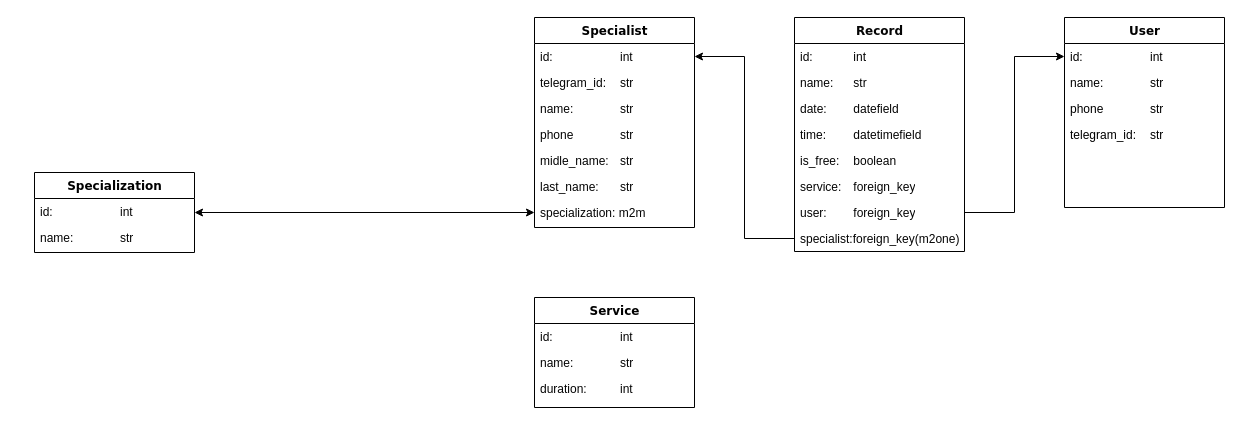
The draw.io diagram Models.drawio in number92/Records, before the edit. Source tidied: cells renumbered, new cells numbered last; positions are measured from the earlier drawing's top-left corner, leaving out a move shared by most shapes. Both pictures are drawn from the tidied source at 100%, with x=0, y=0 at pixel (34, 17).
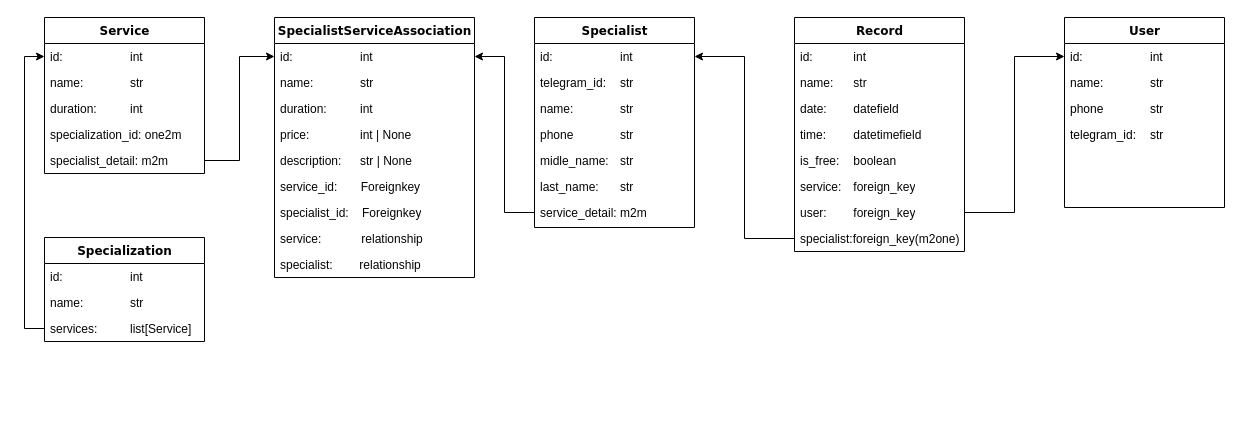
The same page after the edit.

The change refers to these unchanged cells:
```xml
<mxCell id="17" value="Specialist" style="swimlane;html=1;fontStyle=1;align=center;verticalAlign=top;horizontal=1;startSize=26;swimlaneFillColor=#ffffff;rounded=0;shadow=0;comic=0;labelBackgroundColor=none;strokeWidth=1;fillColor=none;fontFamily=Verdana;fontSize=12;" parent="1" vertex="1">
  <mxGeometry x="500" width="160" height="210" as="geometry" />
</mxCell>
<mxCell id="31" value="id:&lt;span style=&quot;white-space: pre;&quot;&gt;&#9;&lt;span style=&quot;white-space: pre;&quot;&gt;&#9;&lt;/span&gt;&lt;span style=&quot;white-space: pre;&quot;&gt;&#9;&lt;/span&gt;&lt;/span&gt;int" style="text;html=1;strokeColor=none;fillColor=none;align=left;verticalAlign=top;spacingLeft=4;spacingRight=4;whiteSpace=wrap;overflow=hidden;points=[[0,0.5],[1,0.5]];portConstraint=eastwest;fontColor=#050505;" parent="30" vertex="1">
  <mxGeometry y="26" width="160" height="26" as="geometry" />
</mxCell>
```

Diff of the diagram source:
```diff
@@
-    <mxCell id="24" value="specialization: m2m" style="text;html=1;strokeColor=none;fillColor=none;align=left;verticalAlign=top;spacingLeft=4;spacingRight=4;whiteSpace=wrap;overflow=hidden;points=[[0,0.5],[1,0.5]];portConstraint=eastwest;fontColor=#050505;" parent="17" vertex="1">
+    <mxCell id="24" value="service_detail: m2m" style="text;html=1;strokeColor=none;fillColor=none;align=left;verticalAlign=top;spacingLeft=4;spacingRight=4;whiteSpace=wrap;overflow=hidden;points=[[0,0.5],[1,0.5]];portConstraint=eastwest;fontColor=#050505;" parent="17" vertex="1">
       <mxGeometry y="182" width="160" height="26" as="geometry" />
     </mxCell>
@@
     <mxCell id="26" value="Specialization" style="swimlane;html=1;fontStyle=1;align=center;verticalAlign=top;horizontal=1;startSize=26;swimlaneFillColor=#ffffff;rounded=0;shadow=0;comic=0;labelBackgroundColor=none;strokeWidth=1;fillColor=none;fontFamily=Verdana;fontSize=12;" parent="1" vertex="1">
-      <mxGeometry y="155" width="160" height="80" as="geometry" />
+      <mxGeometry x="10" y="220" width="160" height="104" as="geometry" />
     </mxCell>
@@
-    <mxCell id="29" style="edgeStyle=orthogonalEdgeStyle;rounded=0;jettySize=auto;html=1;entryX=1;entryY=0.5;entryDx=0;entryDy=0;fontColor=#050505;startArrow=classic;startFill=1;" parent="1" edge="1" source="24" target="26">
-      <mxGeometry relative="1" as="geometry" />
-    </mxCell>
+    <mxCell id="34" value="services:&lt;span style=&quot;white-space: pre;&quot;&gt;&#9;&lt;/span&gt;&lt;span style=&quot;white-space: pre;&quot;&gt;&#9;&lt;/span&gt;list[Service]" style="text;html=1;strokeColor=none;fillColor=none;align=left;verticalAlign=top;spacingLeft=4;spacingRight=4;whiteSpace=wrap;overflow=hidden;points=[[0,0.5],[1,0.5]];portConstraint=eastwest;fontColor=#050505;" parent="26" vertex="1">
+      <mxGeometry y="78" width="160" height="26" as="geometry" />
+    </mxCell>
     <mxCell id="30" value="Service" style="swimlane;html=1;fontStyle=1;align=center;verticalAlign=top;horizontal=1;startSize=26;swimlaneFillColor=#ffffff;rounded=0;shadow=0;comic=0;labelBackgroundColor=none;strokeWidth=1;fillColor=none;fontFamily=Verdana;fontSize=12;" parent="1" vertex="1">
-      <mxGeometry x="500" y="280" width="160" height="110" as="geometry" />
+      <mxGeometry x="10" width="160" height="156" as="geometry" />
     </mxCell>
@@
+    <mxCell id="35" value="specialization_id: one2m" style="text;html=1;strokeColor=none;fillColor=none;align=left;verticalAlign=top;spacingLeft=4;spacingRight=4;whiteSpace=wrap;overflow=hidden;fontColor=#050505;" parent="30" vertex="1">
+      <mxGeometry y="104" width="160" height="26" as="geometry" />
+    </mxCell>
+    <mxCell id="36" value="specialist_detail: m2m" style="text;html=1;strokeColor=none;fillColor=none;align=left;verticalAlign=top;spacingLeft=4;spacingRight=4;whiteSpace=wrap;overflow=hidden;points=[[0,0.5],[1,0.5]];portConstraint=eastwest;fontColor=#050505;" parent="30" vertex="1">
+      <mxGeometry y="130" width="160" height="26" as="geometry" />
+    </mxCell>
+    <mxCell id="37" value="SpecialistServiceAssociation" style="swimlane;html=1;fontStyle=1;align=center;verticalAlign=top;horizontal=1;startSize=26;swimlaneFillColor=#ffffff;rounded=0;shadow=0;comic=0;labelBackgroundColor=none;strokeWidth=1;fillColor=none;fontFamily=Verdana;fontSize=12;" parent="1" vertex="1">
+      <mxGeometry x="240" width="200" height="260" as="geometry" />
+    </mxCell>
+    <mxCell id="38" value="id:&lt;span style=&quot;white-space: pre;&quot;&gt;&#9;&lt;span style=&quot;white-space: pre;&quot;&gt;&#9;&lt;/span&gt;&lt;span style=&quot;white-space: pre;&quot;&gt;&#9;&lt;/span&gt;&lt;/span&gt;int" style="text;html=1;strokeColor=none;fillColor=none;align=left;verticalAlign=top;spacingLeft=4;spacingRight=4;whiteSpace=wrap;overflow=hidden;points=[[0,0.5],[1,0.5]];portConstraint=eastwest;fontColor=#050505;" parent="37" vertex="1">
+      <mxGeometry y="26" width="200" height="26" as="geometry" />
+    </mxCell>
+    <mxCell id="39" value="name:&lt;span style=&quot;white-space: pre;&quot;&gt;&#9;&lt;span style=&quot;white-space: pre;&quot;&gt;&#9;&lt;/span&gt;&lt;/span&gt;str" style="text;html=1;strokeColor=none;fillColor=none;align=left;verticalAlign=top;spacingLeft=4;spacingRight=4;whiteSpace=wrap;overflow=hidden;fontColor=#050505;" parent="37" vertex="1">
+      <mxGeometry y="52" width="200" height="26" as="geometry" />
+    </mxCell>
+    <mxCell id="40" value="duration:&lt;span style=&quot;white-space: pre;&quot;&gt;&#9;&lt;span style=&quot;white-space: pre;&quot;&gt;&#9;&lt;/span&gt;&lt;/span&gt;int" style="text;html=1;strokeColor=none;fillColor=none;align=left;verticalAlign=top;spacingLeft=4;spacingRight=4;whiteSpace=wrap;overflow=hidden;fontColor=#050505;" parent="37" vertex="1">
+      <mxGeometry y="78" width="200" height="26" as="geometry" />
+    </mxCell>
+    <mxCell id="41" value="price:&lt;span style=&quot;white-space: pre;&quot;&gt;&#9;&lt;span style=&quot;white-space: pre;&quot;&gt;&#9;&lt;/span&gt;&lt;/span&gt;int | None" style="text;html=1;strokeColor=none;fillColor=none;align=left;verticalAlign=top;spacingLeft=4;spacingRight=4;whiteSpace=wrap;overflow=hidden;fontColor=#050505;" parent="37" vertex="1">
+      <mxGeometry y="104" width="200" height="26" as="geometry" />
+    </mxCell>
+    <mxCell id="42" value="description:&lt;span style=&quot;white-space: pre;&quot;&gt;&#9;&lt;/span&gt;str&amp;nbsp;| None" style="text;html=1;strokeColor=none;fillColor=none;align=left;verticalAlign=top;spacingLeft=4;spacingRight=4;whiteSpace=wrap;overflow=hidden;fontColor=#050505;" parent="37" vertex="1">
+      <mxGeometry y="130" width="200" height="26" as="geometry" />
+    </mxCell>
+    <mxCell id="43" value="service_id:&amp;nbsp; &amp;nbsp; &amp;nbsp; &amp;nbsp;Foreignkey" style="text;html=1;strokeColor=none;fillColor=none;align=left;verticalAlign=top;spacingLeft=4;spacingRight=4;whiteSpace=wrap;overflow=hidden;fontColor=#050505;" parent="37" vertex="1">
+      <mxGeometry y="156" width="200" height="26" as="geometry" />
+    </mxCell>
+    <mxCell id="44" value="specialist_id:&amp;nbsp; &amp;nbsp; Foreignkey" style="text;html=1;strokeColor=none;fillColor=none;align=left;verticalAlign=top;spacingLeft=4;spacingRight=4;whiteSpace=wrap;overflow=hidden;fontColor=#050505;" parent="37" vertex="1">
+      <mxGeometry y="182" width="200" height="26" as="geometry" />
+    </mxCell>
+    <mxCell id="45" value="service:&amp;nbsp; &amp;nbsp; &amp;nbsp; &amp;nbsp; &amp;nbsp; &amp;nbsp; relationship" style="text;html=1;strokeColor=none;fillColor=none;align=left;verticalAlign=top;spacingLeft=4;spacingRight=4;whiteSpace=wrap;overflow=hidden;fontColor=#050505;" parent="37" vertex="1">
+      <mxGeometry y="208" width="200" height="26" as="geometry" />
+    </mxCell>
+    <mxCell id="46" value="specialist:&amp;nbsp; &amp;nbsp; &amp;nbsp; &amp;nbsp; relationship" style="text;html=1;strokeColor=none;fillColor=none;align=left;verticalAlign=top;spacingLeft=4;spacingRight=4;whiteSpace=wrap;overflow=hidden;fontColor=#050505;" parent="37" vertex="1">
+      <mxGeometry y="234" width="200" height="26" as="geometry" />
+    </mxCell>
+    <mxCell id="47" style="edgeStyle=orthogonalEdgeStyle;rounded=0;jettySize=auto;html=1;exitX=0;exitY=0.5;exitDx=0;exitDy=0;entryX=0;entryY=0.5;entryDx=0;entryDy=0;" parent="1" edge="1" source="34" target="31">
+      <mxGeometry relative="1" as="geometry" />
+    </mxCell>
+    <mxCell id="48" style="edgeStyle=orthogonalEdgeStyle;rounded=0;jettySize=auto;html=1;exitX=1;exitY=0.5;exitDx=0;exitDy=0;entryX=0;entryY=0.5;entryDx=0;entryDy=0;" parent="1" edge="1" source="36" target="38">
+      <mxGeometry relative="1" as="geometry" />
+    </mxCell>
+    <mxCell id="49" style="edgeStyle=orthogonalEdgeStyle;rounded=0;jettySize=auto;html=1;exitX=0;exitY=0.5;exitDx=0;exitDy=0;entryX=1;entryY=0.5;entryDx=0;entryDy=0;" parent="1" edge="1" source="24" target="38">
+      <mxGeometry relative="1" as="geometry" />
+    </mxCell>
```
